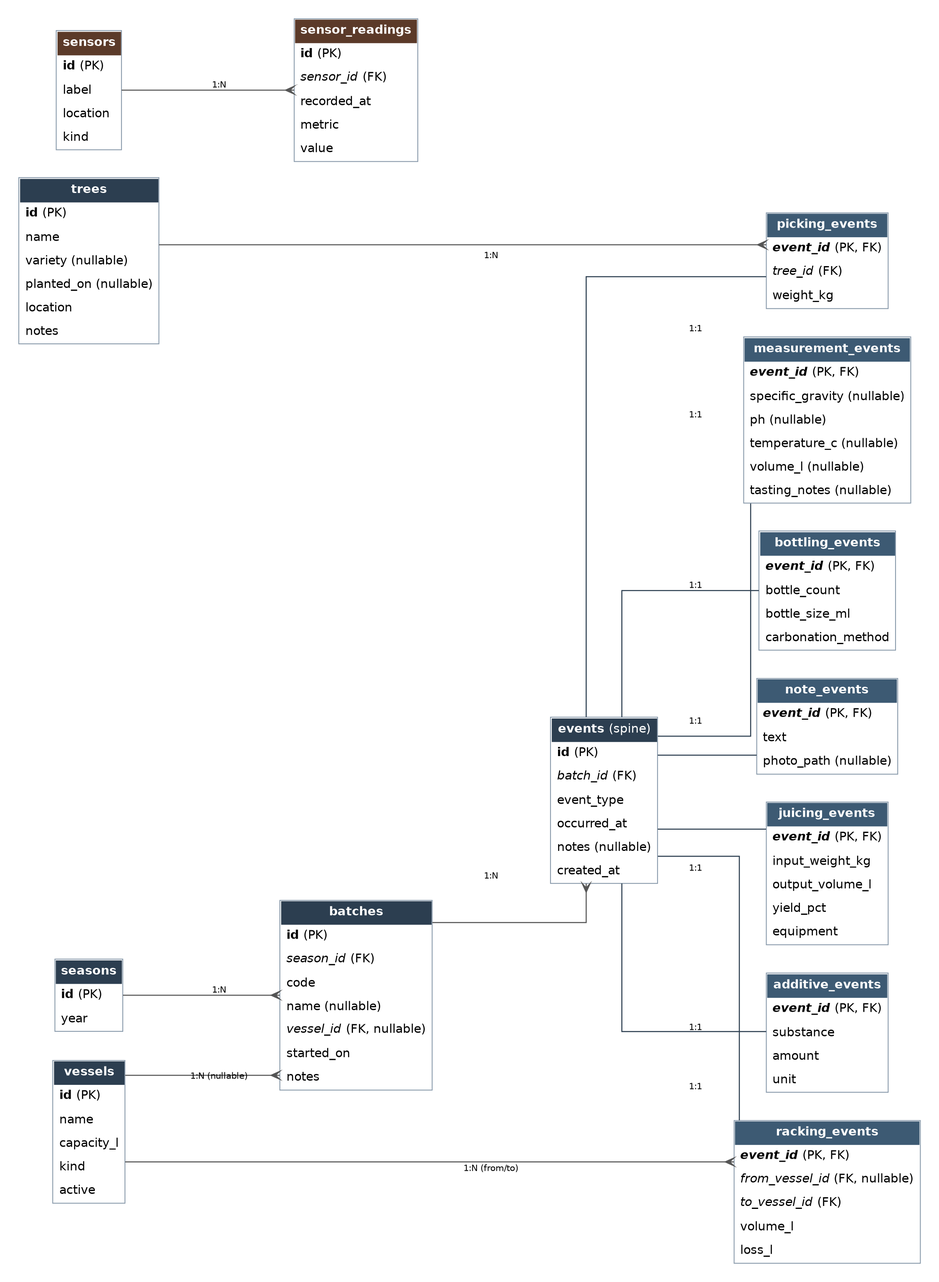
Before: schema.png, a diagram exported from Graphviz (simpan22/ciderhub). Its source is kept beside it as schema.dot.
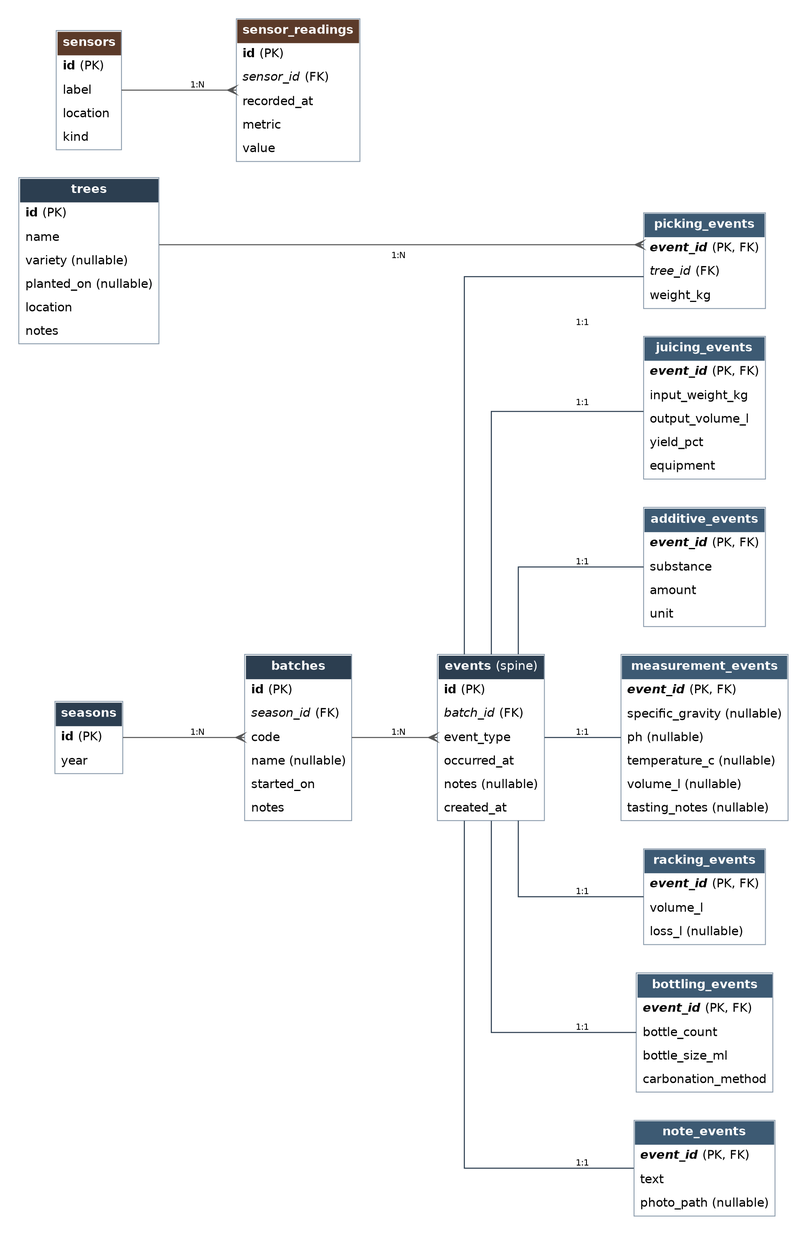
Above is the later version.

Diff of the diagram source:
```diff
@@ -23,17 +23,6 @@
     </TABLE>
   >];
 
-  vessels [label=<
-    <TABLE BORDER="1" CELLBORDER="0" CELLSPACING="0" CELLPADDING="6" COLOR="#8899aa">
-      <TR><TD BGCOLOR="#2c3e50" ALIGN="CENTER"><FONT COLOR="white"><B>vessels</B></FONT></TD></TR>
-      <TR><TD ALIGN="LEFT"><B>id</B> (PK)</TD></TR>
-      <TR><TD ALIGN="LEFT">name</TD></TR>
-      <TR><TD ALIGN="LEFT">capacity_l</TD></TR>
-      <TR><TD ALIGN="LEFT">kind</TD></TR>
-      <TR><TD ALIGN="LEFT">active</TD></TR>
-    </TABLE>
-  >];
-
   batches [label=<
     <TABLE BORDER="1" CELLBORDER="0" CELLSPACING="0" CELLPADDING="6" COLOR="#8899aa">
       <TR><TD BGCOLOR="#2c3e50" ALIGN="CENTER"><FONT COLOR="white"><B>batches</B></FONT></TD></TR>
@@ -41,7 +30,6 @@
       <TR><TD ALIGN="LEFT"><I>season_id</I> (FK)</TD></TR>
       <TR><TD ALIGN="LEFT">code</TD></TR>
       <TR><TD ALIGN="LEFT">name (nullable)</TD></TR>
-      <TR><TD ALIGN="LEFT"><I>vessel_id</I> (FK, nullable)</TD></TR>
       <TR><TD ALIGN="LEFT">started_on</TD></TR>
       <TR><TD ALIGN="LEFT">notes</TD></TR>
     </TABLE>
@@ -105,10 +93,8 @@
     <TABLE BORDER="1" CELLBORDER="0" CELLSPACING="0" CELLPADDING="6" COLOR="#8899aa">
       <TR><TD BGCOLOR="#3d5a73" ALIGN="CENTER"><FONT COLOR="white"><B>racking_events</B></FONT></TD></TR>
       <TR><TD ALIGN="LEFT"><B><I>event_id</I></B> (PK, FK)</TD></TR>
-      <TR><TD ALIGN="LEFT"><I>from_vessel_id</I> (FK, nullable)</TD></TR>
-      <TR><TD ALIGN="LEFT"><I>to_vessel_id</I> (FK)</TD></TR>
       <TR><TD ALIGN="LEFT">volume_l</TD></TR>
-      <TR><TD ALIGN="LEFT">loss_l</TD></TR>
+      <TR><TD ALIGN="LEFT">loss_l (nullable)</TD></TR>
     </TABLE>
   >];
 
@@ -153,10 +139,8 @@
   >];
 
   seasons -> batches [label="1:N", arrowhead=crow, dir=both, arrowtail=none];
-  vessels -> batches [label="1:N (nullable)", arrowhead=crow, dir=both, arrowtail=none];
   batches -> events [label="1:N", arrowhead=crow, dir=both, arrowtail=none];
   trees -> picking_events [label="1:N", arrowhead=crow, dir=both, arrowtail=none];
-  vessels -> racking_events [label="1:N (from/to)", arrowhead=crow, dir=both, arrowtail=none];
   sensors -> sensor_readings [label="1:N", arrowhead=crow, dir=both, arrowtail=none];
 
   events -> picking_events [label="1:1", arrowhead=none, arrowtail=none, style=bold, color="#2c3e50"];
@@ -167,6 +151,6 @@
   events -> bottling_events [label="1:1", arrowhead=none, arrowtail=none, style=bold, color="#2c3e50"];
   events -> note_events [label="1:1", arrowhead=none, arrowtail=none, style=bold, color="#2c3e50"];
 
-  { rank=same; seasons; trees; vessels; }
+  { rank=same; seasons; trees; }
   { rank=same; picking_events; juicing_events; additive_events; measurement_events; racking_events; bottling_events; note_events; }
 }
```
